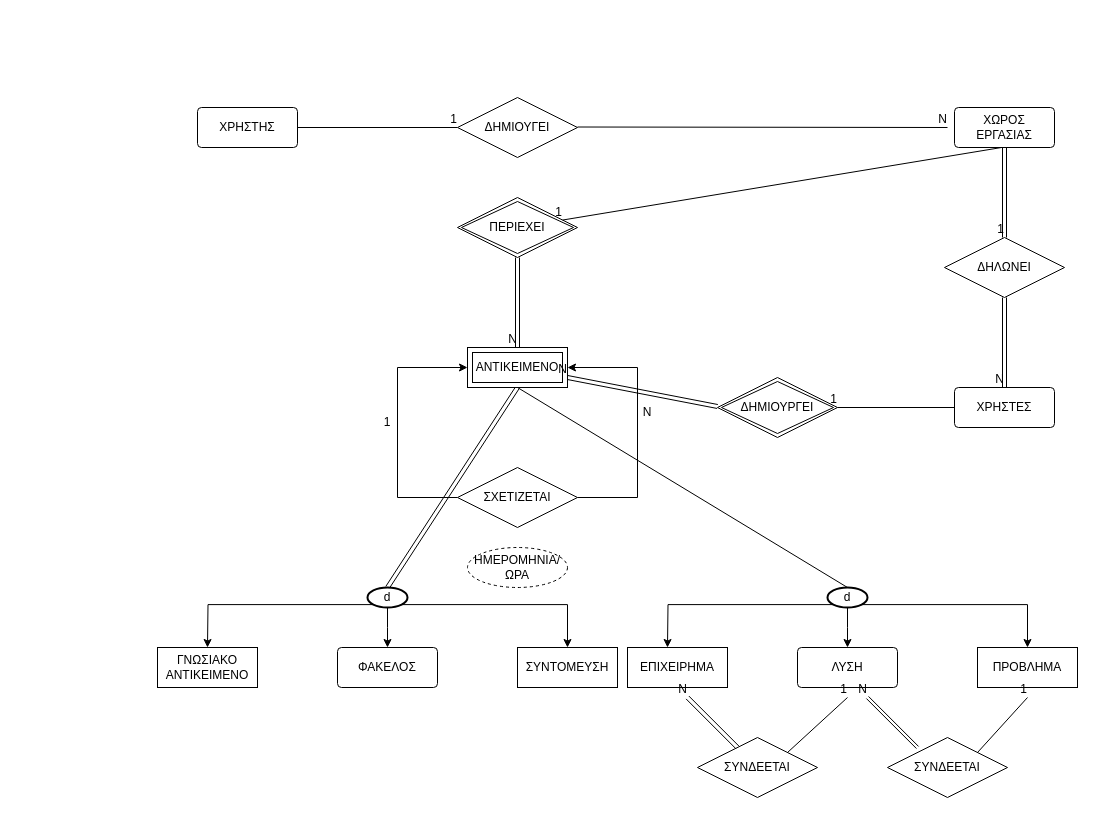
Ierofantis/100-days-of-code keeps this draw.io diagram as Untitled Diagram.drawio. Above is the earlier version. Source tidied: cells renumbered, new cells numbered last; positions are measured from the earlier drawing's top-left corner, leaving out a move shared by most shapes. Both pictures are drawn from the tidied source at 100%, with x=0, y=0 at pixel (157, 97).
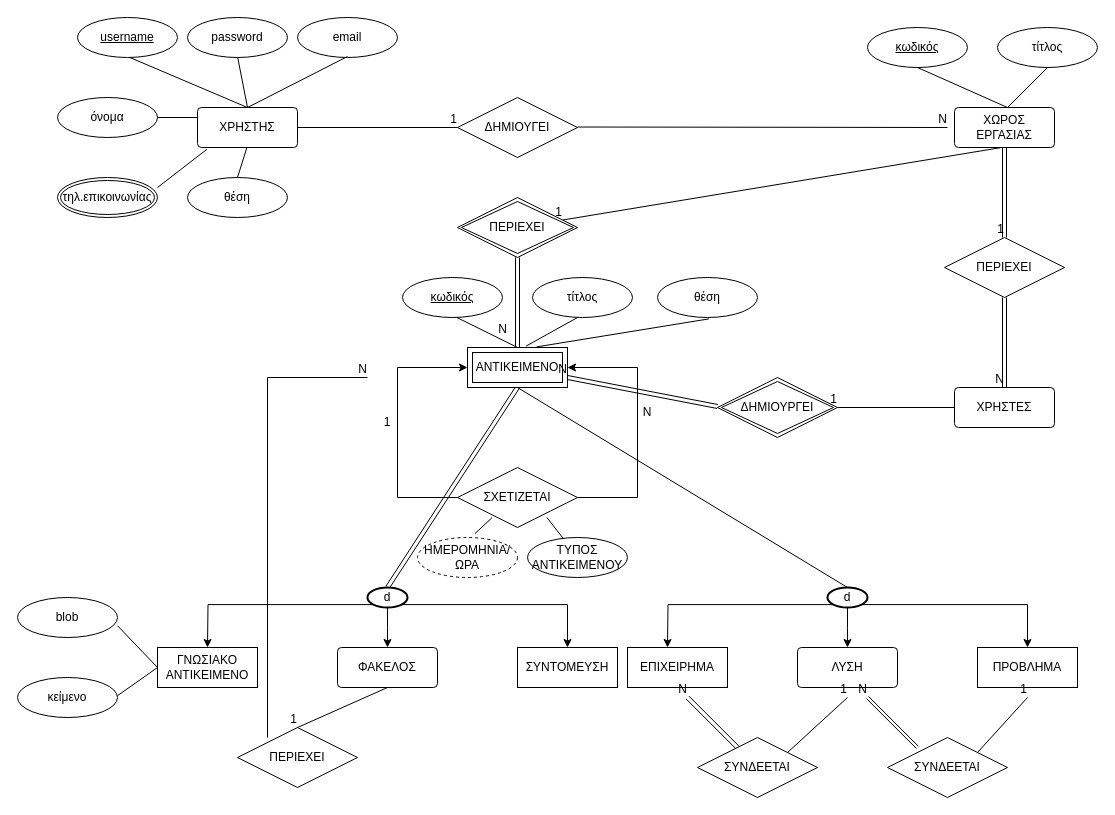
Above is the later version.

The change refers to these unchanged cells:
```xml
<mxCell id="2" value="ΧΡΗΣΤΗΣ" style="rounded=1;arcSize=10;whiteSpace=wrap;html=1;align=center;" parent="1" vertex="1">
  <mxGeometry x="40" y="10" width="100" height="40" as="geometry" />
</mxCell>
<mxCell id="12" value="ΓΝΩΣΙΑΚΟ ΑΝΤΙΚΕΙΜΕΝΟ" style="whiteSpace=wrap;html=1;align=center;" parent="1" vertex="1">
  <mxGeometry y="550" width="100" height="40" as="geometry" />
</mxCell>
<mxCell id="13" value="ΦΑΚΕΛΟΣ" style="rounded=1;arcSize=10;whiteSpace=wrap;html=1;align=center;" parent="1" vertex="1">
  <mxGeometry x="180" y="550" width="100" height="40" as="geometry" />
</mxCell>
<mxCell id="20" value="ΑΝΤΙΚΕΙΜΕΝΟ" style="shape=ext;margin=3;double=1;whiteSpace=wrap;html=1;align=center;" parent="1" vertex="1">
  <mxGeometry x="310" y="250" width="100" height="40" as="geometry" />
</mxCell>
<mxCell id="22" style="shape=link;html=1;rounded=0;" parent="1" edge="1">
  <mxGeometry relative="1" as="geometry">
    <mxPoint x="360" y="160" as="sourcePoint" />
    <mxPoint x="360" y="250" as="targetPoint" />
  </mxGeometry>
</mxCell>
```

Diff of the diagram source:
```diff
@@
-    <mxCell id="5" value="ΔΗΛΩΝΕΙ" style="shape=rhombus;perimeter=rhombusPerimeter;whiteSpace=wrap;html=1;align=center;" parent="1" vertex="1">
+    <mxCell id="5" value="ΠΕΡΙΕΧΕΙ" style="shape=rhombus;perimeter=rhombusPerimeter;whiteSpace=wrap;html=1;align=center;" parent="1" vertex="1">
       <mxGeometry x="787" y="140" width="120" height="60" as="geometry" />
     </mxCell>
@@
     <mxCell id="23" value="N" style="html=1;align=right;verticalAlign=bottom;" parent="22" vertex="1">
-      <mxGeometry x="1" relative="1" as="geometry" />
+      <mxGeometry x="1" relative="1" as="geometry">
+        <mxPoint x="-10" y="-10" as="offset" />
+      </mxGeometry>
     </mxCell>
@@
     <mxCell id="39" value="ΗΜΕΡΟΜΗΝΙΑ/ΩΡΑ" style="ellipse;whiteSpace=wrap;html=1;align=center;dashed=1;" parent="1" vertex="1">
-      <mxGeometry x="310" y="450" width="100" height="40" as="geometry" />
+      <mxGeometry x="260" y="440" width="100" height="40" as="geometry" />
     </mxCell>
@@
+    <mxCell id="58" value="ΤΥΠΟΣ ΑΝΤΙΚΕΙΜΕΝΟΥ" style="ellipse;whiteSpace=wrap;html=1;align=center;" parent="1" vertex="1">
+      <mxGeometry x="370" y="440" width="100" height="40" as="geometry" />
+    </mxCell>
+    <mxCell id="59" value="email" style="ellipse;whiteSpace=wrap;html=1;align=center;" parent="1" vertex="1">
+      <mxGeometry x="140" y="-80" width="100" height="40" as="geometry" />
+    </mxCell>
+    <mxCell id="60" value="όνομα" style="ellipse;whiteSpace=wrap;html=1;align=center;" parent="1" vertex="1">
+      <mxGeometry x="-100" width="100" height="40" as="geometry" />
+    </mxCell>
+    <mxCell id="61" value="θέση" style="ellipse;whiteSpace=wrap;html=1;align=center;" parent="1" vertex="1">
+      <mxGeometry x="30" y="80" width="100" height="40" as="geometry" />
+    </mxCell>
+    <mxCell id="62" value="τηλ.επικοινωνίας&lt;br&gt;" style="ellipse;shape=doubleEllipse;margin=3;whiteSpace=wrap;html=1;align=center;" parent="1" vertex="1">
+      <mxGeometry x="-100" y="80" width="100" height="40" as="geometry" />
+    </mxCell>
+    <mxCell id="63" style="endArrow=none;html=1;rounded=0;entryX=0.5;entryY=0;entryDx=0;entryDy=0;" parent="1" edge="1" target="2">
+      <mxGeometry relative="1" as="geometry">
+        <mxPoint x="-30" y="-41" as="sourcePoint" />
+      </mxGeometry>
+    </mxCell>
+    <mxCell id="64" style="endArrow=none;html=1;rounded=0;" parent="1" edge="1">
+      <mxGeometry relative="1" as="geometry">
+        <mxPoint x="80" y="-41" as="sourcePoint" />
+        <mxPoint x="90" y="10" as="targetPoint" />
+      </mxGeometry>
+    </mxCell>
+    <mxCell id="65" style="endArrow=none;html=1;rounded=0;entryX=0.5;entryY=0;entryDx=0;entryDy=0;" parent="1" edge="1" target="2">
+      <mxGeometry relative="1" as="geometry">
+        <mxPoint x="190" y="-41" as="sourcePoint" />
+      </mxGeometry>
+    </mxCell>
+    <mxCell id="66" style="endArrow=none;html=1;rounded=0;entryX=0;entryY=0.25;entryDx=0;entryDy=0;exitX=1;exitY=0.5;exitDx=0;exitDy=0;" parent="1" edge="1" source="60" target="2">
+      <mxGeometry relative="1" as="geometry" />
+    </mxCell>
+    <mxCell id="67" style="endArrow=none;html=1;rounded=0;entryX=0.094;entryY=1.045;entryDx=0;entryDy=0;exitX=1;exitY=0.25;exitDx=0;exitDy=0;exitPerimeter=0;entryPerimeter=0;" parent="1" edge="1" source="62" target="2">
+      <mxGeometry relative="1" as="geometry" />
+    </mxCell>
+    <mxCell id="68" style="endArrow=none;html=1;rounded=0;entryX=0.094;entryY=1.045;entryDx=0;entryDy=0;exitX=0.5;exitY=0;exitDx=0;exitDy=0;entryPerimeter=0;" parent="1" edge="1" source="61">
+      <mxGeometry relative="1" as="geometry">
+        <mxPoint x="89.4" y="50" as="targetPoint" />
+      </mxGeometry>
+    </mxCell>
+    <mxCell id="69" value="username" style="ellipse;whiteSpace=wrap;html=1;align=center;fontStyle=4;" parent="1" vertex="1">
+      <mxGeometry x="-80" y="-80" width="100" height="40" as="geometry" />
+    </mxCell>
+    <mxCell id="70" value="κωδικός" style="ellipse;whiteSpace=wrap;html=1;align=center;fontStyle=4;" parent="1" vertex="1">
+      <mxGeometry x="710" y="-70" width="100" height="40" as="geometry" />
+    </mxCell>
+    <mxCell id="71" value="password" style="ellipse;whiteSpace=wrap;html=1;align=center;" parent="1" vertex="1">
+      <mxGeometry x="30" y="-80" width="100" height="40" as="geometry" />
+    </mxCell>
+    <mxCell id="72" value="τίτλος" style="ellipse;whiteSpace=wrap;html=1;align=center;" parent="1" vertex="1">
+      <mxGeometry x="840" y="-70" width="100" height="40" as="geometry" />
+    </mxCell>
+    <mxCell id="73" style="endArrow=none;html=1;rounded=0;" parent="1" edge="1">
+      <mxGeometry relative="1" as="geometry">
+        <mxPoint x="760" y="-30" as="sourcePoint" />
+        <mxPoint x="850" y="10" as="targetPoint" />
+      </mxGeometry>
+    </mxCell>
+    <mxCell id="74" style="endArrow=none;html=1;rounded=0;exitX=0.5;exitY=1;exitDx=0;exitDy=0;" parent="1" edge="1" source="72">
+      <mxGeometry relative="1" as="geometry">
+        <mxPoint x="850" y="10" as="targetPoint" />
+      </mxGeometry>
+    </mxCell>
+    <mxCell id="75" style="endArrow=none;html=1;rounded=0;entryX=0.094;entryY=1.045;entryDx=0;entryDy=0;exitX=0.574;exitY=-0.095;exitDx=0;exitDy=0;exitPerimeter=0;entryPerimeter=0;" parent="1" edge="1" source="39">
+      <mxGeometry relative="1" as="geometry">
+        <mxPoint x="334.7" y="420" as="targetPoint" />
+      </mxGeometry>
+    </mxCell>
+    <mxCell id="76" style="endArrow=none;html=1;rounded=0;entryX=0.094;entryY=1.045;entryDx=0;entryDy=0;entryPerimeter=0;" parent="1" edge="1" source="58">
+      <mxGeometry relative="1" as="geometry">
+        <mxPoint x="389.4" y="420" as="targetPoint" />
+      </mxGeometry>
+    </mxCell>
+    <mxCell id="77" value="κωδικός" style="ellipse;whiteSpace=wrap;html=1;align=center;fontStyle=4;" parent="1" vertex="1">
+      <mxGeometry x="245" y="180" width="100" height="40" as="geometry" />
+    </mxCell>
+    <mxCell id="78" value="τίτλος" style="ellipse;whiteSpace=wrap;html=1;align=center;" parent="1" vertex="1">
+      <mxGeometry x="375" y="180" width="100" height="40" as="geometry" />
+    </mxCell>
+    <mxCell id="79" value="θέση" style="ellipse;whiteSpace=wrap;html=1;align=center;" parent="1" vertex="1">
+      <mxGeometry x="500" y="180" width="100" height="40" as="geometry" />
+    </mxCell>
+    <mxCell id="80" style="endArrow=none;html=1;rounded=0;entryX=0.094;entryY=1.045;entryDx=0;entryDy=0;exitX=0.5;exitY=0;exitDx=0;exitDy=0;entryPerimeter=0;" parent="1" edge="1" source="20">
+      <mxGeometry relative="1" as="geometry">
+        <mxPoint x="299.4" y="220" as="targetPoint" />
+      </mxGeometry>
+    </mxCell>
+    <mxCell id="81" style="endArrow=none;html=1;rounded=0;entryX=0.586;entryY=-0.035;entryDx=0;entryDy=0;entryPerimeter=0;" parent="1" edge="1" target="20">
+      <mxGeometry relative="1" as="geometry">
+        <mxPoint x="420" y="220" as="sourcePoint" />
+      </mxGeometry>
+    </mxCell>
+    <mxCell id="82" style="endArrow=none;html=1;rounded=0;entryX=0.69;entryY=-0.015;entryDx=0;entryDy=0;entryPerimeter=0;" parent="1" edge="1" target="20">
+      <mxGeometry relative="1" as="geometry">
+        <mxPoint x="551.4" y="221.4" as="sourcePoint" />
+      </mxGeometry>
+    </mxCell>
+    <mxCell id="83" value="blob" style="ellipse;whiteSpace=wrap;html=1;align=center;" parent="1" vertex="1">
+      <mxGeometry x="-140" y="500" width="100" height="40" as="geometry" />
+    </mxCell>
+    <mxCell id="84" value="κείμενο" style="ellipse;whiteSpace=wrap;html=1;align=center;" parent="1" vertex="1">
+      <mxGeometry x="-140" y="580" width="100" height="40" as="geometry" />
+    </mxCell>
+    <mxCell id="85" style="endArrow=none;html=1;rounded=0;entryX=0;entryY=0.5;entryDx=0;entryDy=0;exitX=1;exitY=0.25;exitDx=0;exitDy=0;exitPerimeter=0;" parent="1" edge="1" target="12">
+      <mxGeometry relative="1" as="geometry">
+        <mxPoint x="-40" y="528.2" as="sourcePoint" />
+      </mxGeometry>
+    </mxCell>
+    <mxCell id="86" style="endArrow=none;html=1;rounded=0;exitX=1;exitY=0.25;exitDx=0;exitDy=0;exitPerimeter=0;" parent="1" edge="1">
+      <mxGeometry relative="1" as="geometry">
+        <mxPoint x="-40" y="598.2" as="sourcePoint" />
+        <mxPoint y="570" as="targetPoint" />
+      </mxGeometry>
+    </mxCell>
+    <mxCell id="87" value="ΠΕΡΙΕΧΕΙ" style="shape=rhombus;perimeter=rhombusPerimeter;whiteSpace=wrap;html=1;align=center;" parent="1" vertex="1">
+      <mxGeometry x="80" y="630" width="120" height="60" as="geometry" />
+    </mxCell>
+    <mxCell id="88" style="endArrow=none;html=1;rounded=0;exitX=0.5;exitY=1;exitDx=0;exitDy=0;entryX=0.5;entryY=0;entryDx=0;entryDy=0;" parent="1" edge="1" source="13" target="87">
+      <mxGeometry relative="1" as="geometry" />
+    </mxCell>
+    <mxCell id="89" value="1" style="html=1;align=right;verticalAlign=bottom;" parent="88" vertex="1">
+      <mxGeometry x="1" relative="1" as="geometry" />
+    </mxCell>
+    <mxCell id="90" style="endArrow=none;html=1;rounded=0;" parent="1" edge="1">
+      <mxGeometry relative="1" as="geometry">
+        <mxPoint x="110" y="640" as="sourcePoint" />
+        <mxPoint x="210" y="280" as="targetPoint" />
+        <Array as="points">
+          <mxPoint x="110" y="280" />
+        </Array>
+      </mxGeometry>
+    </mxCell>
+    <mxCell id="91" value="N" style="html=1;align=right;verticalAlign=bottom;" parent="90" vertex="1">
+      <mxGeometry x="1" relative="1" as="geometry" />
+    </mxCell>
```
